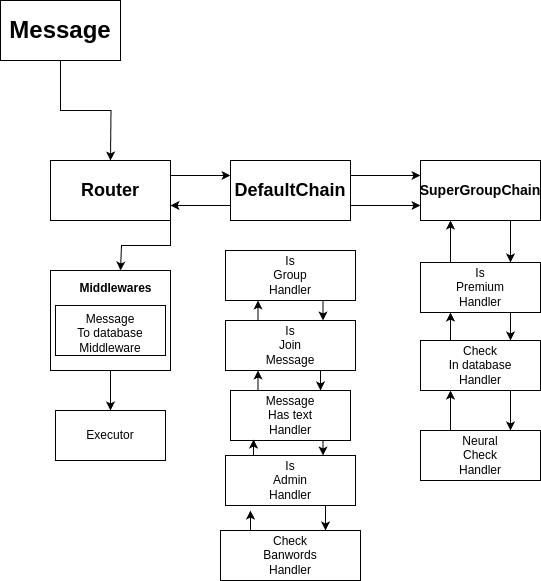
Before: architecture.drawio.png, a diagram exported from draw.io (Justiks1337/1ChatsDefender). Source tidied: cells renumbered, new cells last; positions are measured from the earlier drawing's top-left corner, leaving out a move shared by most shapes.
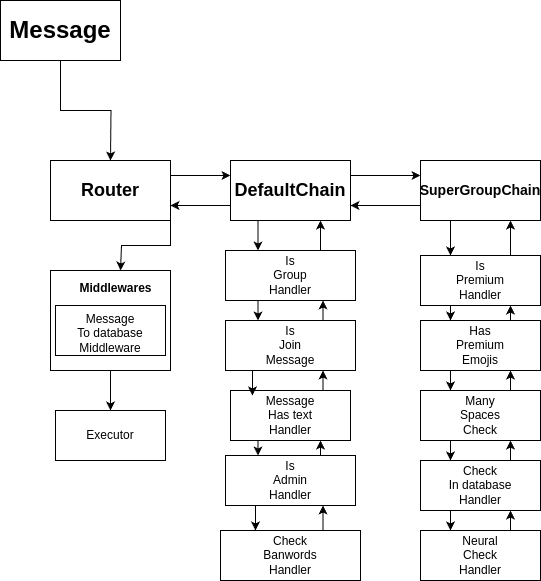
Later version of the same file.

The edit, as a diff of the source:
```diff
@@ -31,50 +31,56 @@
     <mxCell id="8" style="edgeStyle=orthogonalEdgeStyle;rounded=0;jettySize=auto;html=1;exitX=1;exitY=0.25;exitDx=0;exitDy=0;entryX=0;entryY=0.25;entryDx=0;entryDy=0;" parent="1" edge="1" source="10" target="18">
       <mxGeometry relative="1" as="geometry" />
     </mxCell>
-    <mxCell id="9" style="edgeStyle=orthogonalEdgeStyle;rounded=0;jettySize=auto;html=1;exitX=1;exitY=0.75;exitDx=0;exitDy=0;entryX=0;entryY=0.75;entryDx=0;entryDy=0;" parent="1" edge="1" source="10" target="18">
-      <mxGeometry relative="1" as="geometry" />
-    </mxCell>
+    <mxCell id="39" style="edgeStyle=orthogonalEdgeStyle;rounded=0;jettySize=auto;html=1;exitX=0.25;exitY=1;exitDx=0;exitDy=0;entryX=0.25;entryY=0;entryDx=0;entryDy=0;" parent="1" edge="1" source="10" target="30">
+      <mxGeometry relative="1" as="geometry" />
+    </mxCell>
     <mxCell id="10" value="&lt;font style=&quot;font-size: 18px;&quot;&gt;&lt;b&gt;DefaultChain&lt;/b&gt;&lt;/font&gt;" style="rounded=0;whiteSpace=wrap;html=1;" parent="1" vertex="1">
       <mxGeometry x="230" y="160" width="120" height="60" as="geometry" />
     </mxCell>
+    <mxCell id="34" style="edgeStyle=orthogonalEdgeStyle;rounded=0;jettySize=auto;html=1;exitX=0.75;exitY=0;exitDx=0;exitDy=0;entryX=0.75;entryY=1;entryDx=0;entryDy=0;" parent="1" edge="1" source="11" target="13">
+      <mxGeometry relative="1" as="geometry" />
+    </mxCell>
     <mxCell id="11" value="Check&lt;div&gt;Banwords&lt;/div&gt;&lt;div&gt;Handler&lt;/div&gt;" style="html=1;whiteSpace=wrap;" parent="1" vertex="1">
       <mxGeometry x="220" y="530" width="140" height="50" as="geometry" />
     </mxCell>
-    <mxCell id="12" style="edgeStyle=orthogonalEdgeStyle;rounded=0;jettySize=auto;html=1;exitX=0.75;exitY=1;exitDx=0;exitDy=0;entryX=0.75;entryY=0;entryDx=0;entryDy=0;" parent="1" edge="1" source="13" target="11">
+    <mxCell id="12" style="edgeStyle=orthogonalEdgeStyle;rounded=0;jettySize=auto;html=1;exitX=0.25;exitY=1;exitDx=0;exitDy=0;entryX=0.25;entryY=0;entryDx=0;entryDy=0;" parent="1" edge="1" source="13" target="11">
       <mxGeometry relative="1" as="geometry" />
     </mxCell>
+    <mxCell id="35" style="edgeStyle=orthogonalEdgeStyle;rounded=0;jettySize=auto;html=1;exitX=0.75;exitY=0;exitDx=0;exitDy=0;entryX=0.75;entryY=1;entryDx=0;entryDy=0;" parent="1" edge="1" source="13" target="33">
+      <mxGeometry relative="1" as="geometry" />
+    </mxCell>
     <mxCell id="13" value="Is&lt;br&gt;Admin&lt;br&gt;Handler" style="html=1;whiteSpace=wrap;" parent="1" vertex="1">
       <mxGeometry x="225" y="455" width="130" height="50" as="geometry" />
     </mxCell>
-    <mxCell id="14" style="edgeStyle=orthogonalEdgeStyle;rounded=0;jettySize=auto;html=1;exitX=0.25;exitY=0;exitDx=0;exitDy=0;entryX=0.25;entryY=1;entryDx=0;entryDy=0;" parent="1" edge="1" source="16" target="30">
+    <mxCell id="14" style="edgeStyle=orthogonalEdgeStyle;rounded=0;jettySize=auto;html=1;exitX=0.75;exitY=0;exitDx=0;exitDy=0;entryX=0.75;entryY=1;entryDx=0;entryDy=0;" parent="1" edge="1" source="16" target="30">
       <mxGeometry relative="1" as="geometry" />
     </mxCell>
-    <mxCell id="15" style="edgeStyle=orthogonalEdgeStyle;rounded=0;jettySize=auto;html=1;exitX=0.75;exitY=1;exitDx=0;exitDy=0;entryX=0.75;entryY=0;entryDx=0;entryDy=0;" parent="1" edge="1" source="16" target="33">
-      <mxGeometry relative="1" as="geometry" />
-    </mxCell>
     <mxCell id="16" value="Is&lt;br&gt;Join&lt;br&gt;Message" style="html=1;whiteSpace=wrap;" parent="1" vertex="1">
       <mxGeometry x="225" y="320" width="130" height="50" as="geometry" />
     </mxCell>
+    <mxCell id="40" style="edgeStyle=orthogonalEdgeStyle;rounded=0;jettySize=auto;html=1;exitX=0;exitY=0.75;exitDx=0;exitDy=0;entryX=1;entryY=0.75;entryDx=0;entryDy=0;" parent="1" edge="1" source="18" target="10">
+      <mxGeometry relative="1" as="geometry" />
+    </mxCell>
-    <mxCell id="17" style="edgeStyle=orthogonalEdgeStyle;rounded=0;jettySize=auto;html=1;exitX=0.75;exitY=1;exitDx=0;exitDy=0;entryX=0.75;entryY=0;entryDx=0;entryDy=0;" parent="1" edge="1" source="18" target="38">
+    <mxCell id="17" style="edgeStyle=orthogonalEdgeStyle;rounded=0;jettySize=auto;html=1;exitX=0.25;exitY=1;exitDx=0;exitDy=0;entryX=0.25;entryY=0;entryDx=0;entryDy=0;" parent="1" edge="1" source="18" target="38">
       <mxGeometry relative="1" as="geometry" />
     </mxCell>
     <mxCell id="18" value="&lt;b&gt;&lt;font style=&quot;font-size: 14px;&quot;&gt;SuperGroupChain&lt;/font&gt;&lt;/b&gt;" style="html=1;whiteSpace=wrap;" parent="1" vertex="1">
       <mxGeometry x="420" y="160" width="120" height="60" as="geometry" />
     </mxCell>
-    <mxCell id="19" style="edgeStyle=orthogonalEdgeStyle;rounded=0;jettySize=auto;html=1;exitX=0.75;exitY=1;exitDx=0;exitDy=0;entryX=0.75;entryY=0;entryDx=0;entryDy=0;" parent="1" edge="1" source="21" target="23">
+    <mxCell id="19" style="edgeStyle=orthogonalEdgeStyle;rounded=0;jettySize=auto;html=1;exitX=0.25;exitY=1;exitDx=0;exitDy=0;entryX=0.25;entryY=0;entryDx=0;entryDy=0;" parent="1" edge="1" source="21" target="23">
       <mxGeometry relative="1" as="geometry" />
     </mxCell>
-    <mxCell id="20" style="edgeStyle=orthogonalEdgeStyle;rounded=0;jettySize=auto;html=1;exitX=0.25;exitY=0;exitDx=0;exitDy=0;entryX=0.25;entryY=1;entryDx=0;entryDy=0;" parent="1" edge="1" source="21" target="38">
-      <mxGeometry relative="1" as="geometry" />
-    </mxCell>
+    <mxCell id="41" style="edgeStyle=orthogonalEdgeStyle;rounded=0;jettySize=auto;html=1;exitX=0.75;exitY=0;exitDx=0;exitDy=0;entryX=0.75;entryY=1;entryDx=0;entryDy=0;" parent="1" edge="1" source="21" target="49">
+      <mxGeometry relative="1" as="geometry" />
+    </mxCell>
     <mxCell id="21" value="Check&lt;br&gt;In database&lt;br&gt;Handler" style="html=1;whiteSpace=wrap;" parent="1" vertex="1">
-      <mxGeometry x="420" y="340" width="120" height="50" as="geometry" />
+      <mxGeometry x="420" y="460" width="120" height="50" as="geometry" />
     </mxCell>
-    <mxCell id="22" style="edgeStyle=orthogonalEdgeStyle;rounded=0;jettySize=auto;html=1;exitX=0.25;exitY=0;exitDx=0;exitDy=0;entryX=0.25;entryY=1;entryDx=0;entryDy=0;" parent="1" edge="1" source="23" target="21">
+    <mxCell id="22" style="edgeStyle=orthogonalEdgeStyle;rounded=0;jettySize=auto;html=1;exitX=0.75;exitY=0;exitDx=0;exitDy=0;entryX=0.75;entryY=1;entryDx=0;entryDy=0;" parent="1" edge="1" source="23" target="21">
       <mxGeometry relative="1" as="geometry" />
     </mxCell>
     <mxCell id="23" value="Neural&lt;br&gt;Check&lt;br&gt;Handler" style="html=1;whiteSpace=wrap;" parent="1" vertex="1">
-      <mxGeometry x="420" y="430" width="120" height="50" as="geometry" />
+      <mxGeometry x="420" y="530" width="120" height="50" as="geometry" />
     </mxCell>
     <mxCell id="24" style="edgeStyle=orthogonalEdgeStyle;rounded=0;jettySize=auto;html=1;exitX=0.5;exitY=1;exitDx=0;exitDy=0;entryX=0.5;entryY=0;entryDx=0;entryDy=0;" parent="1" edge="1" source="25" target="28">
       <mxGeometry relative="1" as="geometry" />
@@ -91,35 +97,53 @@
     <mxCell id="28" value="Executor" style="html=1;whiteSpace=wrap;" parent="1" vertex="1">
       <mxGeometry x="55" y="410" width="110" height="50" as="geometry" />
     </mxCell>
-    <mxCell id="29" style="edgeStyle=orthogonalEdgeStyle;rounded=0;jettySize=auto;html=1;exitX=0.75;exitY=1;exitDx=0;exitDy=0;entryX=0.75;entryY=0;entryDx=0;entryDy=0;" parent="1" edge="1" source="30" target="16">
+    <mxCell id="29" style="edgeStyle=orthogonalEdgeStyle;rounded=0;jettySize=auto;html=1;exitX=0.25;exitY=1;exitDx=0;exitDy=0;entryX=0.25;entryY=0;entryDx=0;entryDy=0;" parent="1" edge="1" source="30" target="16">
       <mxGeometry relative="1" as="geometry" />
     </mxCell>
+    <mxCell id="42" style="edgeStyle=orthogonalEdgeStyle;rounded=0;jettySize=auto;html=1;exitX=0.75;exitY=0;exitDx=0;exitDy=0;entryX=0.75;entryY=1;entryDx=0;entryDy=0;" parent="1" edge="1" source="30" target="10">
+      <mxGeometry relative="1" as="geometry" />
+    </mxCell>
     <mxCell id="30" value="Is&lt;div&gt;Group&lt;/div&gt;&lt;div&gt;Handler&lt;/div&gt;" style="html=1;whiteSpace=wrap;" parent="1" vertex="1">
       <mxGeometry x="225" y="250" width="130" height="50" as="geometry" />
     </mxCell>
+    <mxCell id="32" style="edgeStyle=orthogonalEdgeStyle;rounded=0;jettySize=auto;html=1;exitX=0.25;exitY=1;exitDx=0;exitDy=0;entryX=0.25;entryY=0;entryDx=0;entryDy=0;" parent="1" edge="1" source="33" target="13">
+      <mxGeometry relative="1" as="geometry" />
+    </mxCell>
-    <mxCell id="31" style="edgeStyle=orthogonalEdgeStyle;rounded=0;jettySize=auto;html=1;exitX=0.25;exitY=0;exitDx=0;exitDy=0;entryX=0.25;entryY=1;entryDx=0;entryDy=0;" parent="1" edge="1" source="33" target="16">
+    <mxCell id="31" style="edgeStyle=orthogonalEdgeStyle;rounded=0;jettySize=auto;html=1;exitX=0.75;exitY=0;exitDx=0;exitDy=0;entryX=0.75;entryY=1;entryDx=0;entryDy=0;" parent="1" edge="1" source="33" target="16">
       <mxGeometry relative="1" as="geometry" />
     </mxCell>
-    <mxCell id="32" style="edgeStyle=orthogonalEdgeStyle;rounded=0;jettySize=auto;html=1;exitX=0.75;exitY=1;exitDx=0;exitDy=0;entryX=0.75;entryY=0;entryDx=0;entryDy=0;" parent="1" edge="1" source="33" target="13">
-      <mxGeometry relative="1" as="geometry" />
-    </mxCell>
     <mxCell id="33" value="Message&lt;div&gt;Has text&lt;br&gt;Handler&lt;/div&gt;" style="html=1;whiteSpace=wrap;" parent="1" vertex="1">
       <mxGeometry x="230" y="390" width="120" height="50" as="geometry" />
     </mxCell>
-    <mxCell id="34" style="edgeStyle=orthogonalEdgeStyle;rounded=0;jettySize=auto;html=1;exitX=0.25;exitY=0;exitDx=0;exitDy=0;entryX=0.192;entryY=1.1;entryDx=0;entryDy=0;entryPerimeter=0;" parent="1" edge="1" source="11" target="13">
-      <mxGeometry relative="1" as="geometry" />
-    </mxCell>
-    <mxCell id="35" style="edgeStyle=orthogonalEdgeStyle;rounded=0;jettySize=auto;html=1;exitX=0.25;exitY=0;exitDx=0;exitDy=0;entryX=0.192;entryY=0.98;entryDx=0;entryDy=0;entryPerimeter=0;" parent="1" edge="1" source="13" target="33">
-      <mxGeometry relative="1" as="geometry" />
-    </mxCell>
-    <mxCell id="36" style="edgeStyle=orthogonalEdgeStyle;rounded=0;jettySize=auto;html=1;exitX=0.75;exitY=1;exitDx=0;exitDy=0;entryX=0.75;entryY=0;entryDx=0;entryDy=0;" parent="1" edge="1" source="38" target="21">
-      <mxGeometry relative="1" as="geometry" />
-    </mxCell>
+    <mxCell id="43" style="edgeStyle=orthogonalEdgeStyle;rounded=0;jettySize=auto;html=1;exitX=0.25;exitY=1;exitDx=0;exitDy=0;entryX=0.25;entryY=0;entryDx=0;entryDy=0;" parent="1" edge="1" source="38" target="46">
+      <mxGeometry relative="1" as="geometry" />
+    </mxCell>
-    <mxCell id="37" style="edgeStyle=orthogonalEdgeStyle;rounded=0;jettySize=auto;html=1;exitX=0.25;exitY=0;exitDx=0;exitDy=0;entryX=0.25;entryY=1;entryDx=0;entryDy=0;" parent="1" edge="1" source="38" target="18">
+    <mxCell id="37" style="edgeStyle=orthogonalEdgeStyle;rounded=0;jettySize=auto;html=1;exitX=0.75;exitY=0;exitDx=0;exitDy=0;entryX=0.75;entryY=1;entryDx=0;entryDy=0;" parent="1" edge="1" source="38" target="18">
       <mxGeometry relative="1" as="geometry" />
     </mxCell>
     <mxCell id="38" value="Is&lt;div&gt;Premium&lt;br&gt;Handler&lt;/div&gt;" style="html=1;whiteSpace=wrap;" parent="1" vertex="1">
-      <mxGeometry x="420" y="262" width="120" height="50" as="geometry" />
+      <mxGeometry x="420" y="255" width="120" height="50" as="geometry" />
     </mxCell>
+    <mxCell id="44" style="edgeStyle=orthogonalEdgeStyle;rounded=0;jettySize=auto;html=1;exitX=0.25;exitY=1;exitDx=0;exitDy=0;entryX=0.25;entryY=0;entryDx=0;entryDy=0;" parent="1" edge="1" source="46" target="49">
+      <mxGeometry relative="1" as="geometry" />
+    </mxCell>
+    <mxCell id="45" style="edgeStyle=orthogonalEdgeStyle;rounded=0;jettySize=auto;html=1;exitX=0.75;exitY=0;exitDx=0;exitDy=0;entryX=0.75;entryY=1;entryDx=0;entryDy=0;" parent="1" edge="1" source="46" target="38">
+      <mxGeometry relative="1" as="geometry" />
+    </mxCell>
+    <mxCell id="46" value="Has&lt;br&gt;Premium&lt;br&gt;Emojis" style="rounded=0;whiteSpace=wrap;html=1;" parent="1" vertex="1">
+      <mxGeometry x="420" y="320" width="120" height="50" as="geometry" />
+    </mxCell>
+    <mxCell id="47" style="edgeStyle=orthogonalEdgeStyle;rounded=0;jettySize=auto;html=1;exitX=0.25;exitY=1;exitDx=0;exitDy=0;entryX=0.25;entryY=0;entryDx=0;entryDy=0;" parent="1" edge="1" source="49" target="21">
+      <mxGeometry relative="1" as="geometry" />
+    </mxCell>
+    <mxCell id="48" style="edgeStyle=orthogonalEdgeStyle;rounded=0;jettySize=auto;html=1;exitX=0.75;exitY=0;exitDx=0;exitDy=0;entryX=0.75;entryY=1;entryDx=0;entryDy=0;" parent="1" edge="1" source="49" target="46">
+      <mxGeometry relative="1" as="geometry" />
+    </mxCell>
+    <mxCell id="49" value="Many&lt;div&gt;Spaces&lt;br&gt;Check&lt;/div&gt;" style="rounded=0;whiteSpace=wrap;html=1;" parent="1" vertex="1">
+      <mxGeometry x="420" y="390" width="120" height="50" as="geometry" />
+    </mxCell>
+    <mxCell id="15" style="edgeStyle=orthogonalEdgeStyle;rounded=0;jettySize=auto;html=1;exitX=0.25;exitY=1;exitDx=0;exitDy=0;entryX=0.183;entryY=0.1;entryDx=0;entryDy=0;entryPerimeter=0;" parent="1" edge="1" source="16" target="33">
+      <mxGeometry relative="1" as="geometry" />
+    </mxCell>
   </root>
 </mxGraphModel>
```
